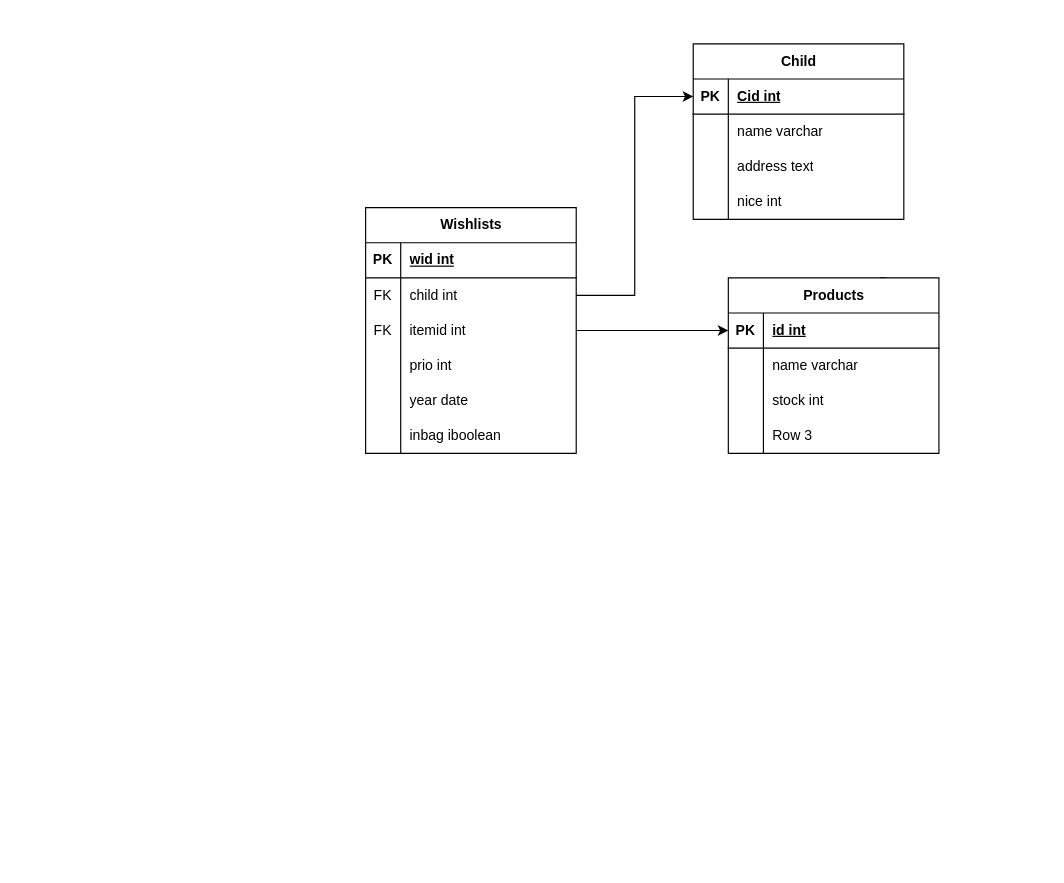
The draw.io diagram ER-diagram.drawio in danlundh67/production_by_santa, before the edit. Source tidied: cells renumbered, new cells numbered last; positions are measured from the earlier drawing's top-left corner, leaving out a move shared by most shapes. Both pictures are drawn from the tidied source at 117%, with x=0, y=0 at pixel (365, 43).
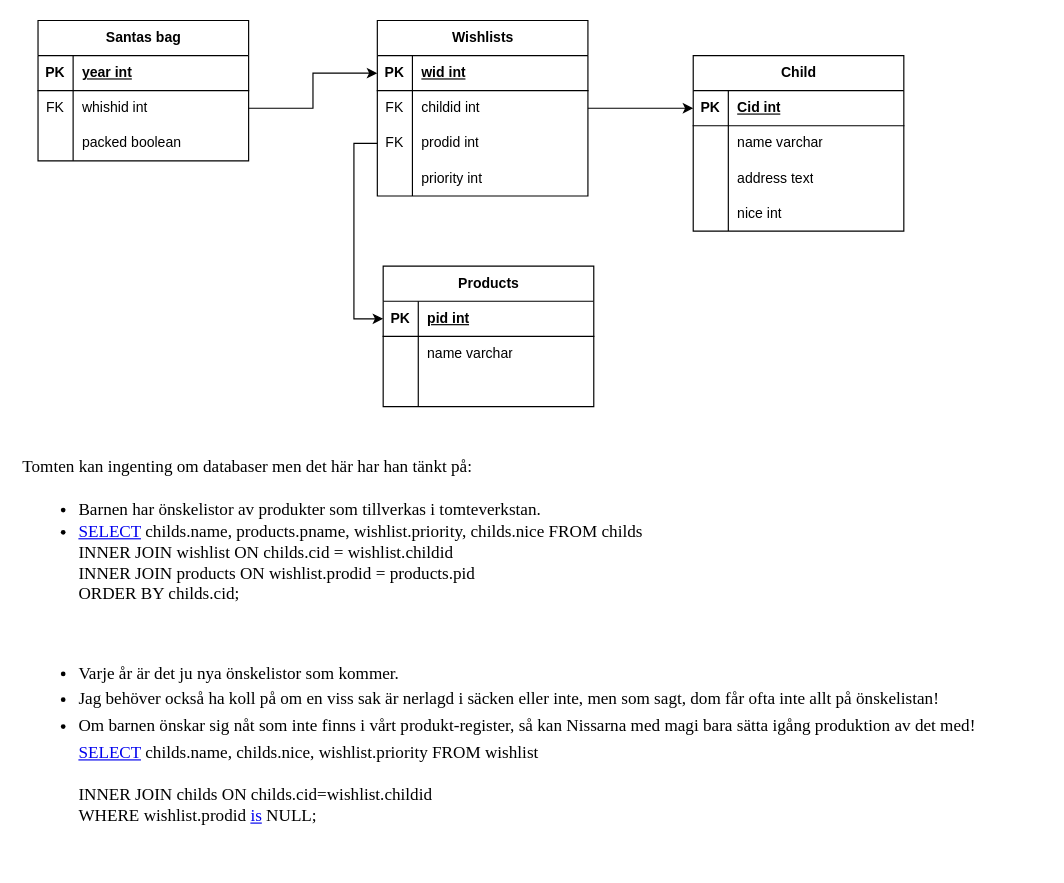
After the change.

The change refers to these unchanged cells:
```xml
<mxCell id="16" style="shape=tableRow;horizontal=0;startSize=0;swimlaneHead=0;swimlaneBody=0;fillColor=none;points=[[0,0.5],[1,0.5]];portConstraint=eastwest;top=0;left=0;right=0;bottom=1;" parent="15" vertex="1">
  <mxGeometry y="30" width="180" height="30" as="geometry" />
</mxCell>
<mxCell id="19" style="shape=tableRow;horizontal=0;startSize=0;swimlaneHead=0;swimlaneBody=0;fillColor=none;points=[[0,0.5],[1,0.5]];portConstraint=eastwest;top=0;left=0;right=0;bottom=0;" parent="15" vertex="1">
  <mxGeometry y="60" width="180" height="30" as="geometry" />
</mxCell>
<mxCell id="36" style="shape=tableRow;horizontal=0;startSize=0;swimlaneHead=0;swimlaneBody=0;fillColor=none;points=[[0,0.5],[1,0.5]];portConstraint=eastwest;top=0;left=0;right=0;bottom=1;" parent="35" vertex="1">
  <mxGeometry y="30" width="180" height="30" as="geometry" />
</mxCell>
<mxCell id="39" style="shape=tableRow;horizontal=0;startSize=0;swimlaneHead=0;swimlaneBody=0;fillColor=none;points=[[0,0.5],[1,0.5]];portConstraint=eastwest;top=0;left=0;right=0;bottom=0;" parent="35" vertex="1">
  <mxGeometry y="60" width="180" height="30" as="geometry" />
</mxCell>
<mxCell id="42" style="shape=tableRow;horizontal=0;startSize=0;swimlaneHead=0;swimlaneBody=0;fillColor=none;top=0;left=0;right=0;bottom=0;" parent="35" vertex="1">
  <mxGeometry y="90" width="180" height="30" as="geometry" />
</mxCell>
```

What changed in the source:
```diff
@@
     <mxCell id="2" value="Child" style="shape=table;startSize=30;childLayout=tableLayout;rowLines=0;fontStyle=1;align=center;html=1;" parent="1" vertex="1">
-      <mxGeometry x="280" width="180" height="150" as="geometry" />
+      <mxGeometry x="280" y="10" width="180" height="150" as="geometry" />
     </mxCell>
@@
     <mxCell id="15" value="Wishlists" style="shape=table;startSize=30;childLayout=tableLayout;rowLines=0;fontStyle=1;align=center;html=1;" parent="1" vertex="1">
-      <mxGeometry y="140" width="180" height="210" as="geometry" />
+      <mxGeometry x="10" y="-20" width="180" height="150" as="geometry" />
     </mxCell>
@@
-    <mxCell id="21" value="child int" style="shape=partialRectangle;fillColor=none;top=0;left=0;bottom=0;right=0;align=left;spacingLeft=6;overflow=hidden;whiteSpace=wrap;html=1;" parent="19" vertex="1">
+    <mxCell id="21" value="childid int" style="shape=partialRectangle;fillColor=none;top=0;left=0;bottom=0;right=0;align=left;spacingLeft=6;overflow=hidden;whiteSpace=wrap;html=1;" parent="19" vertex="1">
       <mxGeometry x="30" width="150" height="30" as="geometry" />
     </mxCell>
-    <mxCell id="22" style="shape=tableRow;horizontal=0;startSize=0;swimlaneHead=0;swimlaneBody=0;fillColor=none;points=[[0,0.5],[1,0.5]];portConstraint=eastwest;top=0;left=0;right=0;bottom=0;" parent="15" vertex="1">
-      <mxGeometry y="90" width="180" height="30" as="geometry" />
-    </mxCell>
-    <mxCell id="23" value="FK" style="shape=partialRectangle;fillColor=none;top=0;left=0;bottom=0;right=0;overflow=hidden;whiteSpace=wrap;html=1;" parent="22" vertex="1">
-      <mxGeometry width="30" height="30" as="geometry" />
-    </mxCell>
-    <mxCell id="24" value="itemid int" style="shape=partialRectangle;fillColor=none;top=0;left=0;bottom=0;right=0;align=left;spacingLeft=6;overflow=hidden;whiteSpace=wrap;html=1;" parent="22" vertex="1">
-      <mxGeometry x="30" width="150" height="30" as="geometry" />
-    </mxCell>
-    <mxCell id="25" style="shape=tableRow;horizontal=0;startSize=0;swimlaneHead=0;swimlaneBody=0;fillColor=none;top=0;left=0;right=0;bottom=0;" parent="15" vertex="1">
-      <mxGeometry y="120" width="180" height="30" as="geometry" />
-    </mxCell>
-    <mxCell id="26" style="shape=partialRectangle;fillColor=none;top=0;left=0;bottom=0;right=0;overflow=hidden;whiteSpace=wrap;html=1;" parent="25" vertex="1">
-      <mxGeometry width="30" height="30" as="geometry" />
-    </mxCell>
-    <mxCell id="27" value="prio int" style="shape=partialRectangle;fillColor=none;top=0;left=0;bottom=0;right=0;align=left;spacingLeft=6;overflow=hidden;whiteSpace=wrap;html=1;" parent="25" vertex="1">
-      <mxGeometry x="30" width="150" height="30" as="geometry" />
-    </mxCell>
     <mxCell id="28" style="shape=tableRow;horizontal=0;startSize=0;swimlaneHead=0;swimlaneBody=0;fillColor=none;points=[[0,0.5],[1,0.5]];portConstraint=eastwest;top=0;left=0;right=0;bottom=0;" parent="15" vertex="1">
-      <mxGeometry y="150" width="180" height="30" as="geometry" />
+      <mxGeometry y="90" width="180" height="30" as="geometry" />
     </mxCell>
-    <mxCell id="29" style="shape=partialRectangle;fillColor=none;top=0;left=0;bottom=0;right=0;overflow=hidden;whiteSpace=wrap;html=1;" parent="28" vertex="1">
+    <mxCell id="29" value="FK" style="shape=partialRectangle;fillColor=none;top=0;left=0;bottom=0;right=0;overflow=hidden;whiteSpace=wrap;html=1;" parent="28" vertex="1">
       <mxGeometry width="30" height="30" as="geometry" />
     </mxCell>
-    <mxCell id="30" value="year date" style="shape=partialRectangle;fillColor=none;top=0;left=0;bottom=0;right=0;align=left;spacingLeft=6;overflow=hidden;whiteSpace=wrap;html=1;" parent="28" vertex="1">
+    <mxCell id="30" value="prodid int" style="shape=partialRectangle;fillColor=none;top=0;left=0;bottom=0;right=0;align=left;spacingLeft=6;overflow=hidden;whiteSpace=wrap;html=1;" parent="28" vertex="1">
       <mxGeometry x="30" width="150" height="30" as="geometry" />
     </mxCell>
-    <mxCell id="31" style="shape=tableRow;horizontal=0;startSize=0;swimlaneHead=0;swimlaneBody=0;fillColor=none;top=0;left=0;right=0;bottom=0;" parent="15" vertex="1">
-      <mxGeometry y="180" width="180" height="30" as="geometry" />
-    </mxCell>
-    <mxCell id="32" style="shape=partialRectangle;fillColor=none;top=0;left=0;bottom=0;right=0;overflow=hidden;whiteSpace=wrap;html=1;" parent="31" vertex="1">
-      <mxGeometry width="30" height="30" as="geometry" />
-    </mxCell>
-    <mxCell id="33" value="inbag iboolean" style="shape=partialRectangle;fillColor=none;top=0;left=0;bottom=0;right=0;align=left;spacingLeft=6;overflow=hidden;whiteSpace=wrap;html=1;" parent="31" vertex="1">
-      <mxGeometry x="30" width="150" height="30" as="geometry" />
-    </mxCell>
-    <mxCell id="34" style="edgeStyle=orthogonalEdgeStyle;rounded=0;jettySize=auto;html=1;exitX=0.75;exitY=0;exitDx=0;exitDy=0;" parent="1" edge="1" source="35">
-      <mxGeometry relative="1" as="geometry">
-        <mxPoint x="440" y="210" as="targetPoint" />
-      </mxGeometry>
-    </mxCell>
+    <mxCell id="50" style="shape=tableRow;horizontal=0;startSize=0;swimlaneHead=0;swimlaneBody=0;fillColor=none;top=0;left=0;right=0;bottom=0;" parent="15" vertex="1">
+      <mxGeometry y="120" width="180" height="30" as="geometry" />
+    </mxCell>
+    <mxCell id="51" style="shape=partialRectangle;fillColor=none;top=0;left=0;bottom=0;right=0;overflow=hidden;whiteSpace=wrap;html=1;" parent="50" vertex="1">
+      <mxGeometry width="30" height="30" as="geometry" />
+    </mxCell>
+    <mxCell id="52" value="priority int" style="shape=partialRectangle;fillColor=none;top=0;left=0;bottom=0;right=0;align=left;spacingLeft=6;overflow=hidden;whiteSpace=wrap;html=1;" parent="50" vertex="1">
+      <mxGeometry x="30" width="150" height="30" as="geometry" />
+    </mxCell>
-    <mxCell id="35" value="Products" style="shape=table;startSize=30;childLayout=tableLayout;rowLines=0;fontStyle=1;align=center;html=1;" parent="1" vertex="1">
-      <mxGeometry x="310" y="200" width="180" height="150" as="geometry" />
+    <mxCell id="35" value="Santas bag" style="shape=table;startSize=30;childLayout=tableLayout;rowLines=0;fontStyle=1;align=center;html=1;" parent="1" vertex="1">
+      <mxGeometry x="-280" y="-20" width="180" height="120" as="geometry" />
     </mxCell>
@@
-    <mxCell id="38" value="id int" style="shape=partialRectangle;fillColor=none;top=0;left=0;bottom=0;right=0;align=left;spacingLeft=6;fontStyle=5;overflow=hidden;whiteSpace=wrap;html=1;" parent="36" vertex="1">
+    <mxCell id="38" value="year int" style="shape=partialRectangle;fillColor=none;top=0;left=0;bottom=0;right=0;align=left;spacingLeft=6;fontStyle=5;overflow=hidden;whiteSpace=wrap;html=1;" parent="36" vertex="1">
       <mxGeometry x="30" width="150" height="30" as="geometry" />
     </mxCell>
@@
-    <mxCell id="40" style="shape=partialRectangle;fillColor=none;top=0;left=0;bottom=0;right=0;overflow=hidden;whiteSpace=wrap;html=1;" parent="39" vertex="1">
+    <mxCell id="40" value="FK" style="shape=partialRectangle;fillColor=none;top=0;left=0;bottom=0;right=0;overflow=hidden;whiteSpace=wrap;html=1;" parent="39" vertex="1">
       <mxGeometry width="30" height="30" as="geometry" />
     </mxCell>
-    <mxCell id="41" value="name varchar" style="shape=partialRectangle;fillColor=none;top=0;left=0;bottom=0;right=0;align=left;spacingLeft=6;overflow=hidden;whiteSpace=wrap;html=1;" parent="39" vertex="1">
+    <mxCell id="41" value="whishid int" style="shape=partialRectangle;fillColor=none;top=0;left=0;bottom=0;right=0;align=left;spacingLeft=6;overflow=hidden;whiteSpace=wrap;html=1;" parent="39" vertex="1">
       <mxGeometry x="30" width="150" height="30" as="geometry" />
     </mxCell>
@@
-    <mxCell id="44" value="stock int" style="shape=partialRectangle;fillColor=none;top=0;left=0;bottom=0;right=0;align=left;spacingLeft=6;overflow=hidden;whiteSpace=wrap;html=1;" parent="42" vertex="1">
+    <mxCell id="44" value="packed boolean" style="shape=partialRectangle;fillColor=none;top=0;left=0;bottom=0;right=0;align=left;spacingLeft=6;overflow=hidden;whiteSpace=wrap;html=1;" parent="42" vertex="1">
       <mxGeometry x="30" width="150" height="30" as="geometry" />
     </mxCell>
-    <mxCell id="45" style="shape=tableRow;horizontal=0;startSize=0;swimlaneHead=0;swimlaneBody=0;fillColor=none;top=0;left=0;right=0;bottom=0;" parent="35" vertex="1">
-      <mxGeometry y="120" width="180" height="30" as="geometry" />
-    </mxCell>
-    <mxCell id="46" style="shape=partialRectangle;fillColor=none;top=0;left=0;bottom=0;right=0;overflow=hidden;whiteSpace=wrap;html=1;" parent="45" vertex="1">
-      <mxGeometry width="30" height="30" as="geometry" />
-    </mxCell>
-    <mxCell id="47" value="Row 3" style="shape=partialRectangle;fillColor=none;top=0;left=0;bottom=0;right=0;align=left;spacingLeft=6;overflow=hidden;whiteSpace=wrap;html=1;" parent="45" vertex="1">
-      <mxGeometry x="30" width="150" height="30" as="geometry" />
-    </mxCell>
-    <mxCell id="48" style="edgeStyle=orthogonalEdgeStyle;rounded=0;jettySize=auto;html=1;exitX=1;exitY=0.5;exitDx=0;exitDy=0;entryX=0;entryY=0.5;entryDx=0;entryDy=0;" parent="1" edge="1" source="22" target="36">
-      <mxGeometry relative="1" as="geometry" />
-    </mxCell>
+    <mxCell id="53" value="Products" style="shape=table;startSize=30;childLayout=tableLayout;rowLines=0;fontStyle=1;align=center;html=1;" parent="1" vertex="1">
+      <mxGeometry x="15" y="190" width="180" height="120" as="geometry" />
+    </mxCell>
+    <mxCell id="54" style="shape=tableRow;horizontal=0;startSize=0;swimlaneHead=0;swimlaneBody=0;fillColor=none;points=[[0,0.5],[1,0.5]];portConstraint=eastwest;top=0;left=0;right=0;bottom=1;" parent="53" vertex="1">
+      <mxGeometry y="30" width="180" height="30" as="geometry" />
+    </mxCell>
+    <mxCell id="55" value="PK" style="shape=partialRectangle;fillColor=none;top=0;left=0;bottom=0;right=0;fontStyle=1;overflow=hidden;whiteSpace=wrap;html=1;" parent="54" vertex="1">
+      <mxGeometry width="30" height="30" as="geometry" />
+    </mxCell>
+    <mxCell id="56" value="pid int" style="shape=partialRectangle;fillColor=none;top=0;left=0;bottom=0;right=0;align=left;spacingLeft=6;fontStyle=5;overflow=hidden;whiteSpace=wrap;html=1;" parent="54" vertex="1">
+      <mxGeometry x="30" width="150" height="30" as="geometry" />
+    </mxCell>
+    <mxCell id="57" style="shape=tableRow;horizontal=0;startSize=0;swimlaneHead=0;swimlaneBody=0;fillColor=none;top=0;left=0;right=0;bottom=0;" parent="53" vertex="1">
+      <mxGeometry y="60" width="180" height="30" as="geometry" />
+    </mxCell>
+    <mxCell id="58" style="shape=partialRectangle;fillColor=none;top=0;left=0;bottom=0;right=0;overflow=hidden;whiteSpace=wrap;html=1;" parent="57" vertex="1">
+      <mxGeometry width="30" height="30" as="geometry" />
+    </mxCell>
+    <mxCell id="59" value="name varchar" style="shape=partialRectangle;fillColor=none;top=0;left=0;bottom=0;right=0;align=left;spacingLeft=6;overflow=hidden;whiteSpace=wrap;html=1;" parent="57" vertex="1">
+      <mxGeometry x="30" width="150" height="30" as="geometry" />
+    </mxCell>
+    <mxCell id="22" style="shape=tableRow;horizontal=0;startSize=0;swimlaneHead=0;swimlaneBody=0;fillColor=none;points=[[0,0.5],[1,0.5]];portConstraint=eastwest;top=0;left=0;right=0;bottom=0;" parent="53" vertex="1">
+      <mxGeometry y="90" width="180" height="30" as="geometry" />
+    </mxCell>
+    <mxCell id="60" style="shape=partialRectangle;fillColor=none;top=0;left=0;bottom=0;right=0;overflow=hidden;whiteSpace=wrap;html=1;" parent="22" vertex="1">
+      <mxGeometry width="30" height="30" as="geometry" />
+    </mxCell>
+    <mxCell id="61" style="shape=partialRectangle;fillColor=none;top=0;left=0;bottom=0;right=0;align=left;spacingLeft=6;overflow=hidden;whiteSpace=wrap;html=1;" parent="22" vertex="1">
+      <mxGeometry x="30" width="150" height="30" as="geometry" />
+    </mxCell>
+    <mxCell id="62" value="&lt;b style=&quot;font-weight:normal;&quot; id=&quot;docs-internal-guid-3a192c32-7fff-215f-25e4-2648a86f897d&quot;&gt;&lt;p dir=&quot;ltr&quot; style=&quot;line-height:1.2;margin-top:12pt;margin-bottom:0pt;&quot;&gt;&lt;span style=&quot;font-size: 11pt; font-family: &amp;quot;PT Serif&amp;quot;, serif; color: rgb(0, 0, 0); background-color: transparent; font-weight: 400; font-style: normal; font-variant: normal; text-decoration: none; vertical-align: baseline;&quot;&gt;Tomten kan ingenting om databaser men det här har han tänkt på:&lt;/span&gt;&lt;/p&gt;&lt;ul style=&quot;margin-top:0;margin-bottom:0;padding-inline-start:48px;&quot;&gt;&lt;li dir=&quot;ltr&quot; style=&quot;list-style-type: disc; font-size: 11pt; font-family: &amp;quot;PT Serif&amp;quot;, serif; color: rgb(0, 0, 0); background-color: transparent; font-weight: 400; font-style: normal; font-variant: normal; text-decoration: none; vertical-align: baseline;&quot; aria-level=&quot;1&quot;&gt;&lt;p dir=&quot;ltr&quot; style=&quot;line-height:1.56;margin-top:12pt;margin-bottom:0pt;&quot; role=&quot;presentation&quot;&gt;&lt;span style=&quot;font-size: 11pt; font-family: &amp;quot;PT Serif&amp;quot;, serif; color: rgb(0, 0, 0); background-color: transparent; font-weight: 400; font-style: normal; font-variant: normal; text-decoration: none; vertical-align: baseline;&quot;&gt;Barnen har önskelistor av produkter som tillverkas i tomteverkstan.&lt;/span&gt;&lt;/p&gt;&lt;/li&gt;&lt;li dir=&quot;ltr&quot; style=&quot;list-style-type: disc; font-size: 11pt; font-family: &amp;quot;PT Serif&amp;quot;, serif; color: rgb(0, 0, 0); background-color: transparent; font-weight: 400; font-style: normal; font-variant: normal; text-decoration: none; vertical-align: baseline;&quot; aria-level=&quot;1&quot;&gt;&lt;div class=&quot;sql-highlight cm-s-default&quot;&gt;&lt;span class=&quot;cm-keyword&quot;&gt;&lt;a href=&quot;https://localhost/phpmyadmin/url.php?url=https://dev.mysql.com/doc/refman/8.0/en/select.html&quot; class=&quot;cm-sql-doc&quot; target=&quot;mysql_doc&quot;&gt;SELECT&lt;/a&gt;&lt;/span&gt; childs&lt;span class=&quot;cm-variable-2&quot;&gt;.name&lt;/span&gt;&lt;span class=&quot;cm-punctuation&quot;&gt;,&lt;/span&gt; products&lt;span class=&quot;cm-variable-2&quot;&gt;.pname&lt;/span&gt;&lt;span class=&quot;cm-punctuation&quot;&gt;,&lt;/span&gt; wishlist&lt;span class=&quot;cm-variable-2&quot;&gt;.priority&lt;/span&gt;&lt;span class=&quot;cm-punctuation&quot;&gt;,&lt;/span&gt; childs&lt;span class=&quot;cm-variable-2&quot;&gt;.nice&lt;/span&gt; &lt;span class=&quot;cm-keyword&quot;&gt;FROM&lt;/span&gt; childs&lt;br&gt;&lt;span class=&quot;cm-keyword&quot;&gt;INNER&lt;/span&gt; &lt;span class=&quot;cm-keyword&quot;&gt;JOIN&lt;/span&gt; wishlist &lt;span class=&quot;cm-keyword&quot;&gt;ON&lt;/span&gt; childs&lt;span class=&quot;cm-variable-2&quot;&gt;.cid&lt;/span&gt; &lt;span class=&quot;cm-operator&quot;&gt;=&lt;/span&gt; wishlist&lt;span class=&quot;cm-variable-2&quot;&gt;.childid&lt;/span&gt;&lt;br&gt;&lt;span class=&quot;cm-keyword&quot;&gt;INNER&lt;/span&gt; &lt;span class=&quot;cm-keyword&quot;&gt;JOIN&lt;/span&gt; products &lt;span class=&quot;cm-keyword&quot;&gt;ON&lt;/span&gt; wishlist&lt;span class=&quot;cm-variable-2&quot;&gt;.prodid&lt;/span&gt; &lt;span class=&quot;cm-operator&quot;&gt;=&lt;/span&gt; products&lt;span class=&quot;cm-variable-2&quot;&gt;.pid&lt;/span&gt;&lt;br&gt;&lt;span class=&quot;cm-keyword&quot;&gt;ORDER&lt;/span&gt; &lt;span class=&quot;cm-keyword&quot;&gt;BY&lt;/span&gt; childs&lt;span class=&quot;cm-variable-2&quot;&gt;.cid&lt;/span&gt;&lt;span class=&quot;cm-punctuation&quot;&gt;;&lt;/span&gt;&lt;/div&gt;&lt;p dir=&quot;ltr&quot; style=&quot;line-height:1.56;margin-top:0pt;margin-bottom:0pt;&quot; role=&quot;presentation&quot;&gt;&lt;span style=&quot;font-size: 11pt; font-family: &amp;quot;PT Serif&amp;quot;, serif; color: rgb(0, 0, 0); background-color: transparent; font-weight: 400; font-style: normal; font-variant: normal; text-decoration: none; vertical-align: baseline;&quot;&gt;&lt;code class=&quot;sql&quot;&gt;&lt;/code&gt;&lt;br&gt;&lt;br&gt;&lt;/span&gt;&lt;/p&gt;&lt;/li&gt;&lt;li dir=&quot;ltr&quot; style=&quot;list-style-type: disc; font-size: 11pt; font-family: &amp;quot;PT Serif&amp;quot;, serif; color: rgb(0, 0, 0); background-color: transparent; font-weight: 400; font-style: normal; font-variant: normal; text-decoration: none; vertical-align: baseline;&quot; aria-level=&quot;1&quot;&gt;&lt;p dir=&quot;ltr&quot; style=&quot;line-height:1.56;margin-top:0pt;margin-bottom:0pt;&quot; role=&quot;presentation&quot;&gt;&lt;span style=&quot;font-size: 11pt; font-family: &amp;quot;PT Serif&amp;quot;, serif; color: rgb(0, 0, 0); background-color: transparent; font-weight: 400; font-style: normal; font-variant: normal; text-decoration: none; vertical-align: baseline;&quot;&gt;Varje år är det ju nya önskelistor som kommer.&lt;/span&gt;&lt;/p&gt;&lt;/li&gt;&lt;li dir=&quot;ltr&quot; style=&quot;list-style-type: disc; font-size: 11pt; font-family: &amp;quot;PT Serif&amp;quot;, serif; color: rgb(0, 0, 0); background-color: transparent; font-weight: 400; font-style: normal; font-variant: normal; text-decoration: none; vertical-align: baseline;&quot; aria-level=&quot;1&quot;&gt;&lt;p dir=&quot;ltr&quot; style=&quot;line-height:1.56;margin-top:0pt;margin-bottom:0pt;&quot; role=&quot;presentation&quot;&gt;&lt;span style=&quot;font-size: 11pt; font-family: &amp;quot;PT Serif&amp;quot;, serif; color: rgb(0, 0, 0); background-color: transparent; font-weight: 400; font-style: normal; font-variant: normal; text-decoration: none; vertical-align: baseline;&quot;&gt;Jag behöver också ha koll på om en viss sak är nerlagd i säcken eller inte, men som sagt, dom får ofta inte allt på önskelistan!&lt;/span&gt;&lt;/p&gt;&lt;/li&gt;&lt;li dir=&quot;ltr&quot; style=&quot;list-style-type: disc; font-size: 11pt; font-family: &amp;quot;PT Serif&amp;quot;, serif; color: rgb(0, 0, 0); background-color: transparent; font-weight: 400; font-style: normal; font-variant: normal; text-decoration: none; vertical-align: baseline;&quot; aria-level=&quot;1&quot;&gt;&lt;p dir=&quot;ltr&quot; style=&quot;line-height:1.56;margin-top:0pt;margin-bottom:12pt;&quot; role=&quot;presentation&quot;&gt;&lt;span style=&quot;font-size: 11pt; font-family: &amp;quot;PT Serif&amp;quot;, serif; color: rgb(0, 0, 0); background-color: transparent; font-weight: 400; font-style: normal; font-variant: normal; text-decoration: none; vertical-align: baseline;&quot;&gt;Om barnen önskar sig nåt som inte finns i vårt produkt-register, så kan Nissarna med magi bara sätta igång produktion av det med!&lt;br&gt;&lt;a style=&quot;background-color: transparent; font-size: 11pt;&quot; href=&quot;https://localhost/phpmyadmin/url.php?url=https://dev.mysql.com/doc/refman/8.0/en/select.html&quot; class=&quot;cm-sql-doc&quot; target=&quot;mysql_doc&quot;&gt;SELECT&lt;/a&gt;&lt;span style=&quot;background-color: transparent; font-size: 11pt;&quot;&gt; childs&lt;/span&gt;&lt;span style=&quot;background-color: transparent; font-size: 11pt;&quot; class=&quot;cm-variable-2&quot;&gt;.name&lt;/span&gt;&lt;span style=&quot;background-color: transparent; font-size: 11pt;&quot; class=&quot;cm-punctuation&quot;&gt;,&lt;/span&gt;&lt;span style=&quot;background-color: transparent; font-size: 11pt;&quot;&gt; childs&lt;/span&gt;&lt;span style=&quot;background-color: transparent; font-size: 11pt;&quot; class=&quot;cm-variable-2&quot;&gt;.nice&lt;/span&gt;&lt;span style=&quot;background-color: transparent; font-size: 11pt;&quot; class=&quot;cm-punctuation&quot;&gt;,&lt;/span&gt;&lt;span style=&quot;background-color: transparent; font-size: 11pt;&quot;&gt; wishlist&lt;/span&gt;&lt;span style=&quot;background-color: transparent; font-size: 11pt;&quot; class=&quot;cm-variable-2&quot;&gt;.priority&lt;/span&gt;&lt;span style=&quot;background-color: transparent; font-size: 11pt;&quot;&gt; &lt;/span&gt;&lt;span style=&quot;background-color: transparent; font-size: 11pt;&quot; class=&quot;cm-keyword&quot;&gt;FROM&lt;/span&gt;&lt;span style=&quot;background-color: transparent; font-size: 11pt;&quot;&gt; wishlist&lt;/span&gt;&lt;br&gt;&lt;/span&gt;&lt;/p&gt;&lt;div class=&quot;sql-highlight cm-s-default&quot;&gt;&lt;span class=&quot;cm-keyword&quot;&gt;INNER&lt;/span&gt; &lt;span class=&quot;cm-keyword&quot;&gt;JOIN&lt;/span&gt; childs &lt;span class=&quot;cm-keyword&quot;&gt;ON&lt;/span&gt; childs&lt;span class=&quot;cm-variable-2&quot;&gt;.cid&lt;/span&gt;&lt;span class=&quot;cm-operator&quot;&gt;=&lt;/span&gt;wishlist&lt;span class=&quot;cm-variable-2&quot;&gt;.childid&lt;/span&gt;&lt;br&gt;&lt;span class=&quot;cm-keyword&quot;&gt;WHERE&lt;/span&gt; wishlist&lt;span class=&quot;cm-variable-2&quot;&gt;.prodid&lt;/span&gt; &lt;span class=&quot;cm-keyword&quot;&gt;&lt;a href=&quot;https://localhost/phpmyadmin/url.php?url=https://dev.mysql.com/doc/refman/8.0/en/comparison-operators.html%23operator_is&quot; class=&quot;cm-sql-doc&quot; target=&quot;mysql_doc&quot;&gt;is&lt;/a&gt;&lt;/span&gt; &lt;span class=&quot;cm-atom&quot;&gt;NULL&lt;/span&gt;&lt;span class=&quot;cm-punctuation&quot;&gt;;&lt;/span&gt;&lt;/div&gt;&lt;/li&gt;&lt;/ul&gt;&lt;/b&gt;" style="text;whiteSpace=wrap;html=1;" parent="1" vertex="1">
+      <mxGeometry x="-295" y="330" width="875" height="370" as="geometry" />
+    </mxCell>
@@
+    <mxCell id="63" style="edgeStyle=orthogonalEdgeStyle;rounded=0;jettySize=auto;html=1;exitX=0;exitY=0.5;exitDx=0;exitDy=0;entryX=0;entryY=0.5;entryDx=0;entryDy=0;" parent="1" edge="1" source="28" target="54">
+      <mxGeometry relative="1" as="geometry" />
+    </mxCell>
+    <mxCell id="64" style="edgeStyle=orthogonalEdgeStyle;rounded=0;jettySize=auto;html=1;entryX=0;entryY=0.5;entryDx=0;entryDy=0;" parent="1" edge="1" source="39" target="16">
+      <mxGeometry relative="1" as="geometry" />
+    </mxCell>
```
